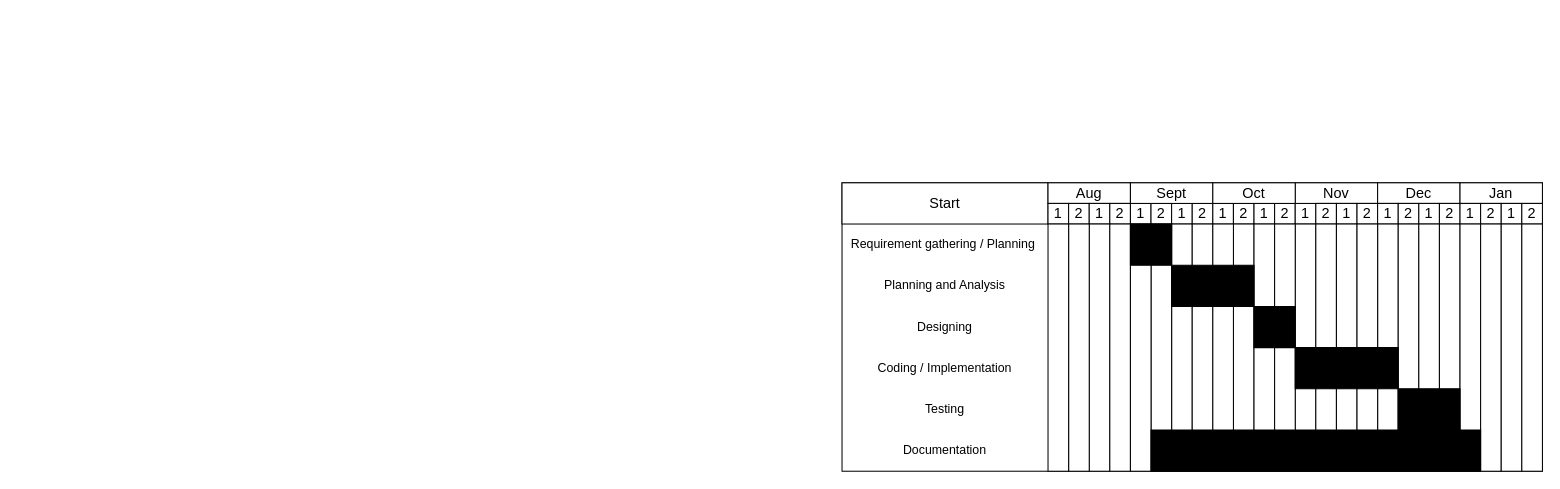
Above: Charts/Module.drawio in maharjan-rijan/BCA-First-Project (draw.io), before the change. Source tidied: cells renumbered, new cells numbered last; positions are measured from the earlier drawing's top-left corner, leaving out a move shared by most shapes. Both pictures are drawn from the tidied source at 103%, with x=0, y=0 at pixel (842, 182).
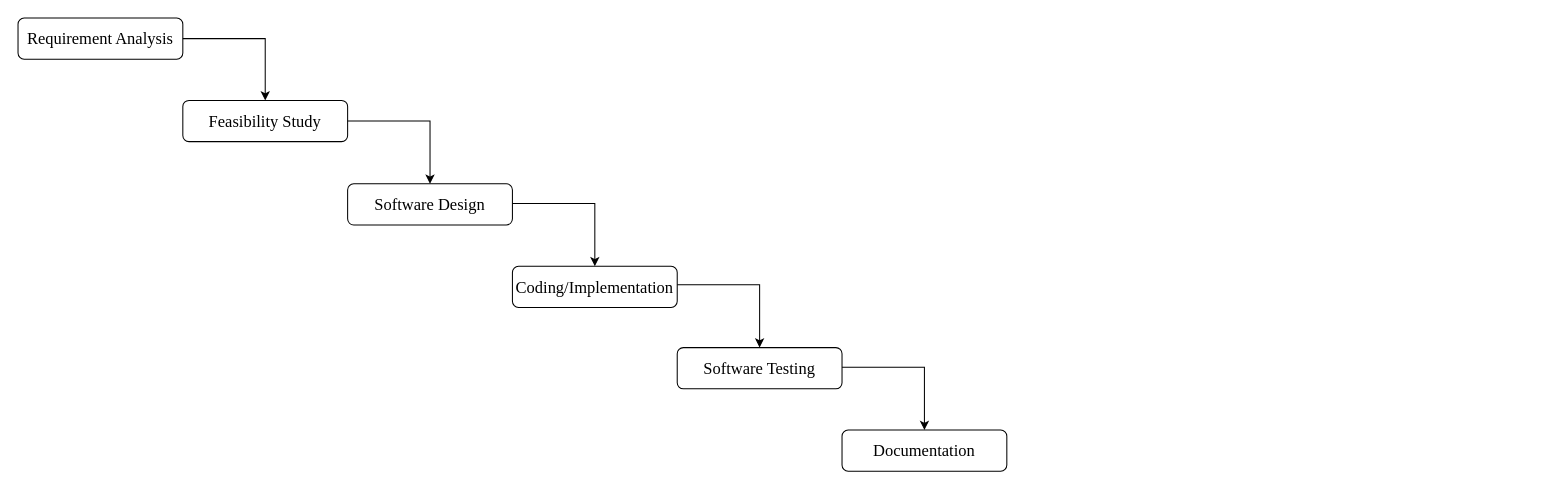
The same page after the edit.

Change to the diagram source:
```diff
@@
-    <mxCell id="2" style="rounded=0;whiteSpace=wrap;html=1;" parent="1" vertex="1">
-      <mxGeometry width="680" height="280" as="geometry" />
-    </mxCell>
-    <mxCell id="3" value="&lt;font style=&quot;font-size: 14px;&quot;&gt;Start&lt;/font&gt;" style="rounded=0;whiteSpace=wrap;html=1;" parent="1" vertex="1">
-      <mxGeometry width="200" height="40" as="geometry" />
-    </mxCell>
-    <mxCell id="4" value="&lt;font style=&quot;font-size: 14px;&quot;&gt;Aug&lt;/font&gt;" style="rounded=0;whiteSpace=wrap;html=1;" parent="1" vertex="1">
-      <mxGeometry x="200" width="80" height="20" as="geometry" />
-    </mxCell>
-    <mxCell id="5" value="&lt;font style=&quot;font-size: 14px;&quot;&gt;1&lt;/font&gt;" style="rounded=0;whiteSpace=wrap;html=1;" parent="1" vertex="1">
-      <mxGeometry x="200" y="20" width="20" height="20" as="geometry" />
-    </mxCell>
-    <mxCell id="6" value="&lt;font style=&quot;font-size: 14px;&quot;&gt;2&lt;/font&gt;" style="rounded=0;whiteSpace=wrap;html=1;" parent="1" vertex="1">
-      <mxGeometry x="220" y="20" width="20" height="20" as="geometry" />
-    </mxCell>
-    <mxCell id="7" value="&lt;font style=&quot;font-size: 14px;&quot;&gt;1&lt;/font&gt;" style="rounded=0;whiteSpace=wrap;html=1;" parent="1" vertex="1">
-      <mxGeometry x="240" y="20" width="20" height="20" as="geometry" />
-    </mxCell>
-    <mxCell id="8" value="&lt;font style=&quot;font-size: 14px;&quot;&gt;2&lt;/font&gt;" style="rounded=0;whiteSpace=wrap;html=1;" parent="1" vertex="1">
-      <mxGeometry x="260" y="20" width="20" height="20" as="geometry" />
-    </mxCell>
-    <mxCell id="9" value="&lt;font style=&quot;font-size: 14px;&quot;&gt;1&lt;/font&gt;" style="rounded=0;whiteSpace=wrap;html=1;" parent="1" vertex="1">
-      <mxGeometry x="280" y="20" width="20" height="20" as="geometry" />
-    </mxCell>
-    <mxCell id="10" value="&lt;font style=&quot;font-size: 14px;&quot;&gt;2&lt;/font&gt;" style="rounded=0;whiteSpace=wrap;html=1;" parent="1" vertex="1">
-      <mxGeometry x="300" y="20" width="20" height="20" as="geometry" />
-    </mxCell>
-    <mxCell id="11" value="Requirement gathering / Planning&amp;nbsp;" style="text;html=1;align=center;verticalAlign=middle;whiteSpace=wrap;rounded=0;" parent="1" vertex="1">
-      <mxGeometry y="40" width="200" height="40" as="geometry" />
-    </mxCell>
-    <mxCell id="12" value="&lt;font style=&quot;font-size: 14px;&quot;&gt;1&lt;/font&gt;" style="rounded=0;whiteSpace=wrap;html=1;" parent="1" vertex="1">
-      <mxGeometry x="320" y="20" width="20" height="20" as="geometry" />
-    </mxCell>
-    <mxCell id="13" value="&lt;font style=&quot;font-size: 14px;&quot;&gt;2&lt;/font&gt;" style="rounded=0;whiteSpace=wrap;html=1;" parent="1" vertex="1">
-      <mxGeometry x="340" y="20" width="20" height="20" as="geometry" />
-    </mxCell>
-    <mxCell id="14" value="&lt;font style=&quot;font-size: 14px;&quot;&gt;1&lt;/font&gt;" style="rounded=0;whiteSpace=wrap;html=1;" parent="1" vertex="1">
-      <mxGeometry x="360" y="20" width="20" height="20" as="geometry" />
-    </mxCell>
-    <mxCell id="15" value="&lt;font style=&quot;font-size: 14px;&quot;&gt;2&lt;/font&gt;" style="rounded=0;whiteSpace=wrap;html=1;" parent="1" vertex="1">
-      <mxGeometry x="380" y="20" width="20" height="20" as="geometry" />
-    </mxCell>
-    <mxCell id="16" value="&lt;font style=&quot;font-size: 14px;&quot;&gt;1&lt;/font&gt;" style="rounded=0;whiteSpace=wrap;html=1;" parent="1" vertex="1">
-      <mxGeometry x="400" y="20" width="20" height="20" as="geometry" />
-    </mxCell>
-    <mxCell id="17" value="&lt;font style=&quot;font-size: 14px;&quot;&gt;2&lt;/font&gt;" style="rounded=0;whiteSpace=wrap;html=1;" parent="1" vertex="1">
-      <mxGeometry x="420" y="20" width="20" height="20" as="geometry" />
-    </mxCell>
-    <mxCell id="18" value="&lt;font style=&quot;font-size: 14px;&quot;&gt;1&lt;/font&gt;" style="rounded=0;whiteSpace=wrap;html=1;" parent="1" vertex="1">
-      <mxGeometry x="440" y="20" width="20" height="20" as="geometry" />
-    </mxCell>
-    <mxCell id="19" value="&lt;font style=&quot;font-size: 14px;&quot;&gt;Sept&lt;/font&gt;" style="rounded=0;whiteSpace=wrap;html=1;" parent="1" vertex="1">
-      <mxGeometry x="280" width="80" height="20" as="geometry" />
-    </mxCell>
-    <mxCell id="20" value="&lt;font style=&quot;font-size: 14px;&quot;&gt;Nov&lt;/font&gt;" style="rounded=0;whiteSpace=wrap;html=1;" parent="1" vertex="1">
-      <mxGeometry x="440" width="80" height="20" as="geometry" />
-    </mxCell>
-    <mxCell id="21" value="&lt;font style=&quot;font-size: 14px;&quot;&gt;Oct&lt;/font&gt;" style="rounded=0;whiteSpace=wrap;html=1;" parent="1" vertex="1">
-      <mxGeometry x="360" width="80" height="20" as="geometry" />
-    </mxCell>
-    <mxCell id="22" value="&lt;font style=&quot;font-size: 14px;&quot;&gt;Dec&lt;/font&gt;" style="rounded=0;whiteSpace=wrap;html=1;" parent="1" vertex="1">
-      <mxGeometry x="520" width="80" height="20" as="geometry" />
-    </mxCell>
-    <mxCell id="23" value="&lt;font style=&quot;font-size: 14px;&quot;&gt;Jan&lt;/font&gt;" style="rounded=0;whiteSpace=wrap;html=1;" parent="1" vertex="1">
-      <mxGeometry x="600" width="80" height="20" as="geometry" />
-    </mxCell>
-    <mxCell id="24" value="&lt;font style=&quot;font-size: 14px;&quot;&gt;2&lt;/font&gt;" style="rounded=0;whiteSpace=wrap;html=1;" parent="1" vertex="1">
-      <mxGeometry x="460" y="20" width="20" height="20" as="geometry" />
-    </mxCell>
-    <mxCell id="25" value="&lt;font style=&quot;font-size: 14px;&quot;&gt;1&lt;/font&gt;" style="rounded=0;whiteSpace=wrap;html=1;" parent="1" vertex="1">
-      <mxGeometry x="480" y="20" width="20" height="20" as="geometry" />
-    </mxCell>
-    <mxCell id="26" value="&lt;span style=&quot;font-size: 14px;&quot;&gt;2&lt;/span&gt;" style="rounded=0;whiteSpace=wrap;html=1;" parent="1" vertex="1">
-      <mxGeometry x="500" y="20" width="20" height="20" as="geometry" />
-    </mxCell>
-    <mxCell id="27" value="&lt;font style=&quot;font-size: 14px;&quot;&gt;1&lt;/font&gt;" style="rounded=0;whiteSpace=wrap;html=1;" parent="1" vertex="1">
-      <mxGeometry x="520" y="20" width="20" height="20" as="geometry" />
-    </mxCell>
-    <mxCell id="28" value="&lt;font style=&quot;font-size: 14px;&quot;&gt;2&lt;/font&gt;" style="rounded=0;whiteSpace=wrap;html=1;" parent="1" vertex="1">
-      <mxGeometry x="540" y="20" width="20" height="20" as="geometry" />
-    </mxCell>
-    <mxCell id="29" value="&lt;font style=&quot;font-size: 14px;&quot;&gt;1&lt;/font&gt;" style="rounded=0;whiteSpace=wrap;html=1;" parent="1" vertex="1">
-      <mxGeometry x="560" y="20" width="20" height="20" as="geometry" />
-    </mxCell>
-    <mxCell id="30" value="&lt;font style=&quot;font-size: 14px;&quot;&gt;2&lt;/font&gt;" style="rounded=0;whiteSpace=wrap;html=1;" parent="1" vertex="1">
-      <mxGeometry x="580" y="20" width="20" height="20" as="geometry" />
-    </mxCell>
-    <mxCell id="31" value="&lt;font style=&quot;font-size: 14px;&quot;&gt;1&lt;/font&gt;" style="rounded=0;whiteSpace=wrap;html=1;" parent="1" vertex="1">
-      <mxGeometry x="600" y="20" width="20" height="20" as="geometry" />
-    </mxCell>
-    <mxCell id="32" value="&lt;font style=&quot;font-size: 14px;&quot;&gt;2&lt;/font&gt;" style="rounded=0;whiteSpace=wrap;html=1;" parent="1" vertex="1">
-      <mxGeometry x="620" y="20" width="20" height="20" as="geometry" />
-    </mxCell>
-    <mxCell id="33" value="&lt;font style=&quot;font-size: 14px;&quot;&gt;1&lt;/font&gt;" style="rounded=0;whiteSpace=wrap;html=1;" parent="1" vertex="1">
-      <mxGeometry x="640" y="20" width="20" height="20" as="geometry" />
-    </mxCell>
-    <mxCell id="34" value="&lt;font style=&quot;font-size: 14px;&quot;&gt;2&lt;/font&gt;" style="rounded=0;whiteSpace=wrap;html=1;" parent="1" vertex="1">
-      <mxGeometry x="660" y="20" width="20" height="20" as="geometry" />
-    </mxCell>
-    <mxCell id="35" value="Planning and Analysis" style="text;html=1;align=center;verticalAlign=middle;whiteSpace=wrap;rounded=0;" parent="1" vertex="1">
-      <mxGeometry y="80" width="200" height="40" as="geometry" />
-    </mxCell>
-    <mxCell id="36" value="Coding / Implementation" style="text;html=1;align=center;verticalAlign=middle;whiteSpace=wrap;rounded=0;" parent="1" vertex="1">
-      <mxGeometry y="160" width="200" height="40" as="geometry" />
-    </mxCell>
-    <mxCell id="37" value="Designing" style="text;html=1;align=center;verticalAlign=middle;whiteSpace=wrap;rounded=0;" parent="1" vertex="1">
-      <mxGeometry y="120" width="200" height="40" as="geometry" />
-    </mxCell>
-    <mxCell id="38" value="Testing" style="text;html=1;align=center;verticalAlign=middle;whiteSpace=wrap;rounded=0;" parent="1" vertex="1">
-      <mxGeometry y="200" width="200" height="40" as="geometry" />
-    </mxCell>
+    <mxCell id="70" value="&lt;font style=&quot;font-size: 16px;&quot; face=&quot;Times New Roman&quot;&gt;Requirement Analysis&lt;/font&gt;" style="rounded=1;whiteSpace=wrap;html=1;" parent="1" vertex="1">
+      <mxGeometry x="-800" y="-160" width="160" height="40" as="geometry" />
+    </mxCell>
+    <mxCell id="71" value="&lt;font style=&quot;font-size: 16px;&quot; face=&quot;Times New Roman&quot;&gt;Feasibility Study&lt;/font&gt;" style="rounded=1;whiteSpace=wrap;html=1;" parent="1" vertex="1">
+      <mxGeometry x="-640" y="-80" width="160" height="40" as="geometry" />
+    </mxCell>
+    <mxCell id="72" value="&lt;font style=&quot;font-size: 16px;&quot; face=&quot;Times New Roman&quot;&gt;Software Design&lt;/font&gt;" style="rounded=1;whiteSpace=wrap;html=1;" parent="1" vertex="1">
+      <mxGeometry x="-480" y="1" width="160" height="40" as="geometry" />
+    </mxCell>
+    <mxCell id="73" value="&lt;font face=&quot;Times New Roman&quot;&gt;&lt;span style=&quot;font-size: 16px;&quot;&gt;Coding/Implementation&lt;/span&gt;&lt;/font&gt;" style="rounded=1;whiteSpace=wrap;html=1;" parent="1" vertex="1">
+      <mxGeometry x="-320" y="81" width="160" height="40" as="geometry" />
+    </mxCell>
+    <mxCell id="74" value="&lt;font style=&quot;font-size: 16px;&quot; face=&quot;Times New Roman&quot;&gt;Software Testing&lt;/font&gt;" style="rounded=1;whiteSpace=wrap;html=1;" parent="1" vertex="1">
+      <mxGeometry x="-160" y="160" width="160" height="40" as="geometry" />
+    </mxCell>
-    <mxCell id="39" value="Documentation" style="text;html=1;align=center;verticalAlign=middle;whiteSpace=wrap;rounded=0;" parent="1" vertex="1">
-      <mxGeometry y="240" width="200" height="40" as="geometry" />
+    <mxCell id="39" value="&lt;font style=&quot;font-size: 16px;&quot; face=&quot;Times New Roman&quot;&gt;Documentation&lt;/font&gt;" style="rounded=1;whiteSpace=wrap;html=1;" parent="1" vertex="1">
+      <mxGeometry y="240" width="160" height="40" as="geometry" />
     </mxCell>
-    <mxCell id="40" style="rounded=0;whiteSpace=wrap;html=1;" parent="1" vertex="1">
-      <mxGeometry x="520" y="40" width="20" height="240" as="geometry" />
-    </mxCell>
-    <mxCell id="41" style="rounded=0;whiteSpace=wrap;html=1;" parent="1" vertex="1">
-      <mxGeometry x="540" y="40" width="20" height="240" as="geometry" />
-    </mxCell>
-    <mxCell id="42" style="rounded=0;whiteSpace=wrap;html=1;" parent="1" vertex="1">
-      <mxGeometry x="560" y="40" width="20" height="240" as="geometry" />
-    </mxCell>
-    <mxCell id="43" style="rounded=0;whiteSpace=wrap;html=1;" parent="1" vertex="1">
-      <mxGeometry x="580" y="40" width="20" height="240" as="geometry" />
-    </mxCell>
-    <mxCell id="44" style="rounded=0;whiteSpace=wrap;html=1;" parent="1" vertex="1">
-      <mxGeometry x="600" y="40" width="20" height="240" as="geometry" />
-    </mxCell>
-    <mxCell id="45" style="rounded=0;whiteSpace=wrap;html=1;" parent="1" vertex="1">
-      <mxGeometry x="620" y="40" width="20" height="240" as="geometry" />
-    </mxCell>
-    <mxCell id="46" style="rounded=0;whiteSpace=wrap;html=1;" parent="1" vertex="1">
-      <mxGeometry x="640" y="40" width="20" height="240" as="geometry" />
-    </mxCell>
-    <mxCell id="47" style="rounded=0;whiteSpace=wrap;html=1;" parent="1" vertex="1">
-      <mxGeometry x="660" y="40" width="20" height="240" as="geometry" />
-    </mxCell>
-    <mxCell id="48" style="rounded=0;whiteSpace=wrap;html=1;" parent="1" vertex="1">
-      <mxGeometry x="240" y="40" width="20" height="240" as="geometry" />
-    </mxCell>
-    <mxCell id="49" style="rounded=0;whiteSpace=wrap;html=1;" parent="1" vertex="1">
-      <mxGeometry x="220" y="40" width="20" height="240" as="geometry" />
-    </mxCell>
-    <mxCell id="50" style="rounded=0;whiteSpace=wrap;html=1;" parent="1" vertex="1">
-      <mxGeometry x="200" y="40" width="20" height="240" as="geometry" />
-    </mxCell>
-    <mxCell id="51" style="rounded=0;whiteSpace=wrap;html=1;" parent="1" vertex="1">
-      <mxGeometry x="440" y="40" width="20" height="240" as="geometry" />
-    </mxCell>
-    <mxCell id="52" style="rounded=0;whiteSpace=wrap;html=1;" parent="1" vertex="1">
-      <mxGeometry x="460" y="40" width="20" height="240" as="geometry" />
-    </mxCell>
-    <mxCell id="53" style="rounded=0;whiteSpace=wrap;html=1;" parent="1" vertex="1">
-      <mxGeometry x="480" y="40" width="20" height="240" as="geometry" />
-    </mxCell>
-    <mxCell id="54" style="rounded=0;whiteSpace=wrap;html=1;" parent="1" vertex="1">
-      <mxGeometry x="500" y="40" width="20" height="240" as="geometry" />
-    </mxCell>
-    <mxCell id="55" style="rounded=0;whiteSpace=wrap;html=1;" parent="1" vertex="1">
-      <mxGeometry x="380" y="40" width="20" height="240" as="geometry" />
-    </mxCell>
-    <mxCell id="56" style="rounded=0;whiteSpace=wrap;html=1;" parent="1" vertex="1">
-      <mxGeometry x="400" y="40" width="20" height="240" as="geometry" />
-    </mxCell>
-    <mxCell id="57" style="rounded=0;whiteSpace=wrap;html=1;" parent="1" vertex="1">
-      <mxGeometry x="420" y="40" width="20" height="240" as="geometry" />
-    </mxCell>
-    <mxCell id="58" style="rounded=0;whiteSpace=wrap;html=1;" parent="1" vertex="1">
-      <mxGeometry x="320" y="40" width="20" height="240" as="geometry" />
-    </mxCell>
-    <mxCell id="59" style="rounded=0;whiteSpace=wrap;html=1;" parent="1" vertex="1">
-      <mxGeometry x="340" y="40" width="20" height="240" as="geometry" />
-    </mxCell>
-    <mxCell id="60" style="rounded=0;whiteSpace=wrap;html=1;" parent="1" vertex="1">
-      <mxGeometry x="360" y="40" width="20" height="240" as="geometry" />
-    </mxCell>
-    <mxCell id="61" style="rounded=0;whiteSpace=wrap;html=1;" parent="1" vertex="1">
-      <mxGeometry x="260" y="40" width="20" height="240" as="geometry" />
-    </mxCell>
-    <mxCell id="62" style="rounded=0;whiteSpace=wrap;html=1;" parent="1" vertex="1">
-      <mxGeometry x="300" y="40" width="20" height="240" as="geometry" />
-    </mxCell>
-    <mxCell id="63" style="rounded=0;whiteSpace=wrap;html=1;" parent="1" vertex="1">
-      <mxGeometry x="280" y="40" width="20" height="240" as="geometry" />
-    </mxCell>
-    <mxCell id="64" style="verticalLabelPosition=bottom;verticalAlign=top;html=1;shape=mxgraph.basic.rect;fillColor2=none;strokeWidth=1;size=20;indent=5;fillColor=#000000;" parent="1" vertex="1">
-      <mxGeometry x="280" y="40" width="40" height="40" as="geometry" />
-    </mxCell>
-    <mxCell id="65" style="verticalLabelPosition=bottom;verticalAlign=top;html=1;shape=mxgraph.basic.rect;fillColor2=none;strokeWidth=1;size=20;indent=5;fillColor=#000000;" parent="1" vertex="1">
-      <mxGeometry x="320" y="80" width="80" height="40" as="geometry" />
-    </mxCell>
-    <mxCell id="66" style="verticalLabelPosition=bottom;verticalAlign=top;html=1;shape=mxgraph.basic.rect;fillColor2=none;strokeWidth=1;size=20;indent=5;fillColor=#000000;" parent="1" vertex="1">
-      <mxGeometry x="400" y="120" width="40" height="40" as="geometry" />
-    </mxCell>
-    <mxCell id="67" style="verticalLabelPosition=bottom;verticalAlign=top;html=1;shape=mxgraph.basic.rect;fillColor2=none;strokeWidth=1;size=20;indent=5;fillColor=#000000;" parent="1" vertex="1">
-      <mxGeometry x="440" y="160" width="100" height="40" as="geometry" />
-    </mxCell>
-    <mxCell id="68" style="verticalLabelPosition=bottom;verticalAlign=top;html=1;shape=mxgraph.basic.rect;fillColor2=none;strokeWidth=1;size=20;indent=5;fillColor=#000000;" parent="1" vertex="1">
-      <mxGeometry x="540" y="200" width="60" height="40" as="geometry" />
-    </mxCell>
-    <mxCell id="69" style="verticalLabelPosition=bottom;verticalAlign=top;html=1;shape=mxgraph.basic.rect;fillColor2=none;strokeWidth=1;size=20;indent=5;fillColor=#000000;" parent="1" vertex="1">
-      <mxGeometry x="300" y="240" width="320" height="40" as="geometry" />
-    </mxCell>
+    <mxCell id="75" style="endArrow=classic;html=1;rounded=0;exitX=1;exitY=0.5;exitDx=0;exitDy=0;entryX=0.5;entryY=0;entryDx=0;entryDy=0;" parent="1" edge="1" source="71" target="72">
+      <mxGeometry relative="1" as="geometry">
+        <Array as="points">
+          <mxPoint x="-400" y="-60" />
+        </Array>
+      </mxGeometry>
+    </mxCell>
+    <mxCell id="76" style="endArrow=classic;html=1;rounded=0;exitX=1;exitY=0.5;exitDx=0;exitDy=0;entryX=0.5;entryY=0;entryDx=0;entryDy=0;" parent="1" edge="1">
+      <mxGeometry relative="1" as="geometry">
+        <mxPoint x="-640" y="-140" as="sourcePoint" />
+        <mxPoint x="-560" y="-80" as="targetPoint" />
+        <Array as="points">
+          <mxPoint x="-560" y="-140" />
+        </Array>
+      </mxGeometry>
+    </mxCell>
+    <mxCell id="77" style="endArrow=classic;html=1;rounded=0;exitX=1;exitY=0.5;exitDx=0;exitDy=0;entryX=0.5;entryY=0;entryDx=0;entryDy=0;" parent="1" edge="1">
+      <mxGeometry relative="1" as="geometry">
+        <mxPoint x="-320" y="20" as="sourcePoint" />
+        <mxPoint x="-240" y="81" as="targetPoint" />
+        <Array as="points">
+          <mxPoint x="-240" y="20" />
+        </Array>
+      </mxGeometry>
+    </mxCell>
+    <mxCell id="78" style="endArrow=classic;html=1;rounded=0;exitX=1;exitY=0.5;exitDx=0;exitDy=0;entryX=0.5;entryY=0;entryDx=0;entryDy=0;" parent="1" edge="1">
+      <mxGeometry relative="1" as="geometry">
+        <mxPoint x="-160" y="99" as="sourcePoint" />
+        <mxPoint x="-80" y="160" as="targetPoint" />
+        <Array as="points">
+          <mxPoint x="-80" y="99" />
+        </Array>
+      </mxGeometry>
+    </mxCell>
+    <mxCell id="79" style="endArrow=classic;html=1;rounded=0;exitX=1;exitY=0.5;exitDx=0;exitDy=0;entryX=0.5;entryY=0;entryDx=0;entryDy=0;" parent="1" edge="1">
+      <mxGeometry relative="1" as="geometry">
+        <mxPoint y="179" as="sourcePoint" />
+        <mxPoint x="80" y="240" as="targetPoint" />
+        <Array as="points">
+          <mxPoint x="80" y="179" />
+        </Array>
+      </mxGeometry>
+    </mxCell>
```
